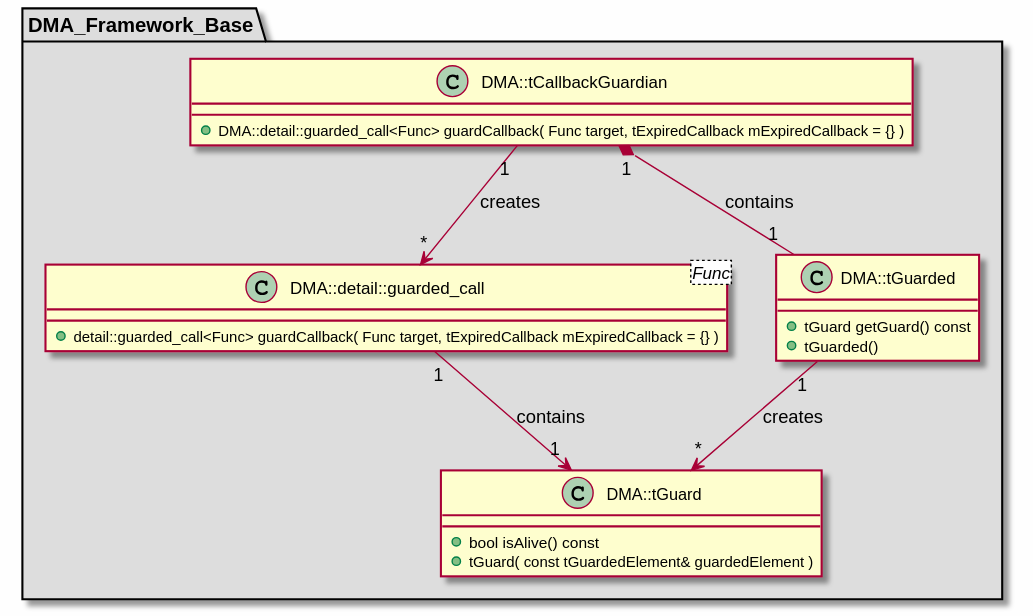
Earlier version of the PlantUML export md/dev_docs/puml/DMA_Framework_Base_standalone.svg (svlad-90/DMA_Framework).
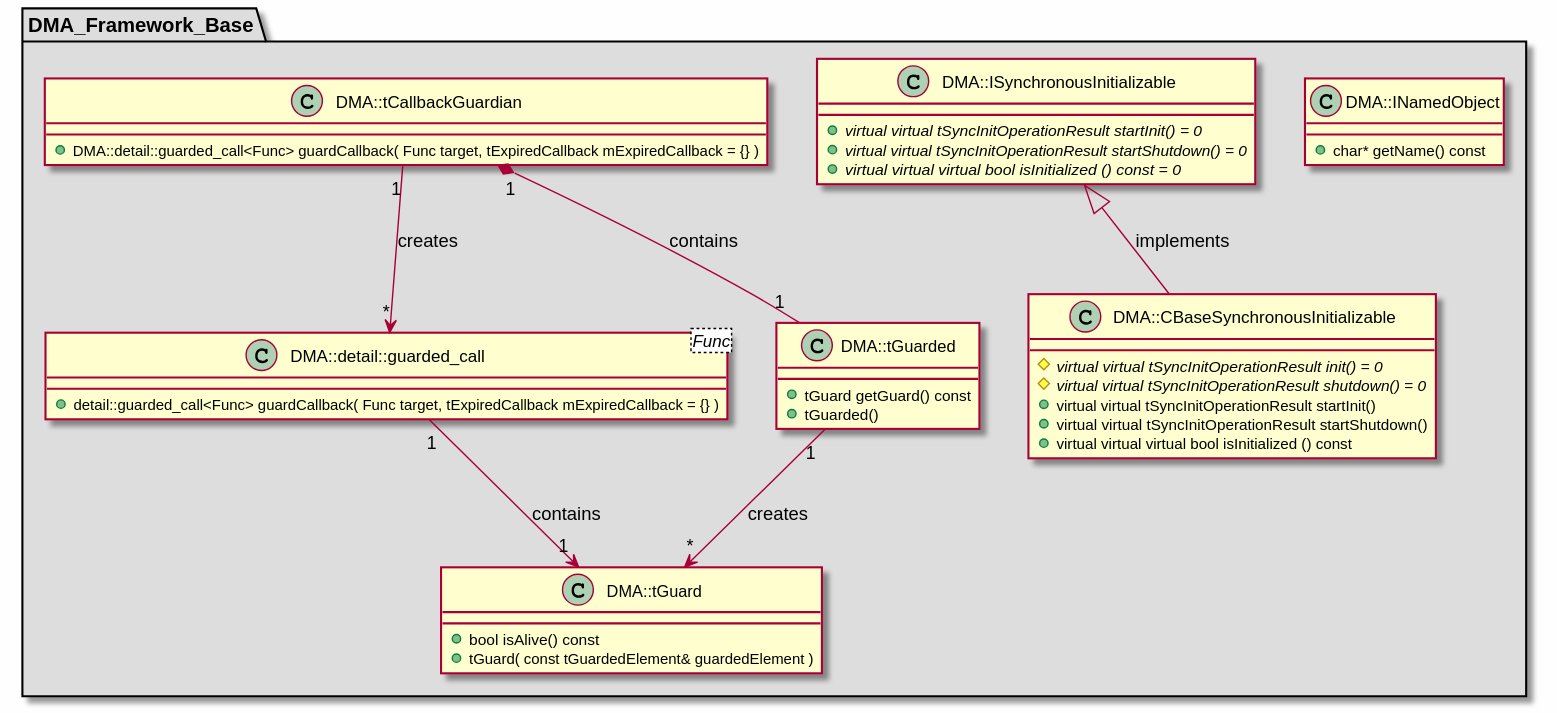
Above is the later version.

What changed in the source:
```diff
@@ -4,6 +4,27 @@
 skinparam wrapWidth 600
 package "DMA_Framework_Base" #DDDDDD
 {
+
+class "DMA::CBaseSynchronousInitializable"
+{
+    # {abstract} virtual virtual tSyncInitOperationResult init() = 0
+    # {abstract} virtual virtual tSyncInitOperationResult shutdown() = 0
+    + virtual virtual tSyncInitOperationResult startInit()
+    + virtual virtual tSyncInitOperationResult startShutdown()
+    + virtual virtual virtual bool isInitialized () const
+}
+
+class "DMA::INamedObject"
+{
+    + char* getName() const
+}
+
+class "DMA::ISynchronousInitializable"
+{
+    + {abstract} virtual virtual tSyncInitOperationResult startInit() = 0
+    + {abstract} virtual virtual tSyncInitOperationResult startShutdown() = 0
+    + {abstract} virtual virtual virtual bool isInitialized () const = 0
+}
 
 class "DMA::detail::guarded_call<Func>" as DMA::detail::guarded_call_Func_
 {
@@ -29,6 +50,8 @@
 
 }
 
+DMA::ISynchronousInitializable <|-- DMA::CBaseSynchronousInitializable : implements
+
 DMA::detail::guarded_call_Func_ "1" --> "1" DMA::tGuard : contains
 DMA::tCallbackGuardian "1" --> "*" DMA::detail::guarded_call_Func_ : creates
 DMA::tCallbackGuardian "1" *-- "1" DMA::tGuarded : contains
```
